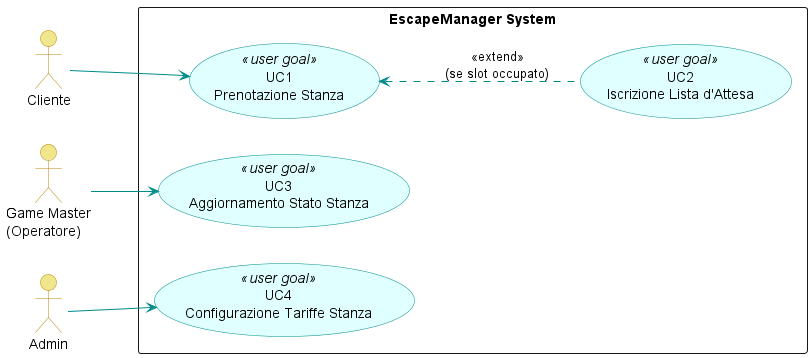
The PlantUML diagram LaTeX/images/usecase_diagram.png in Adrycasta04/EscapeManager, before a commit.
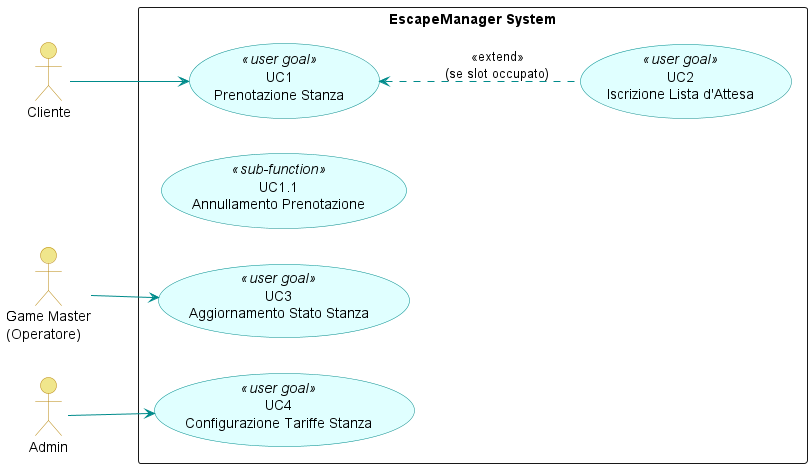
The same file after the commit.

Diff of the diagram source:
```diff
@@ -18,6 +18,7 @@
 rectangle "EscapeManager System" {
 
     usecase "UC1\nPrenotazione Stanza" <<user goal>> as UC_C1
+    usecase "UC1.1\nAnnullamento Prenotazione" <<sub-function>> as UC_C1_1
     usecase "UC2\nIscrizione Lista d'Attesa" <<user goal>> as UC_C2
 
     usecase "UC3\nAggiornamento Stato Stanza" <<user goal>> as UC_GM3
```
